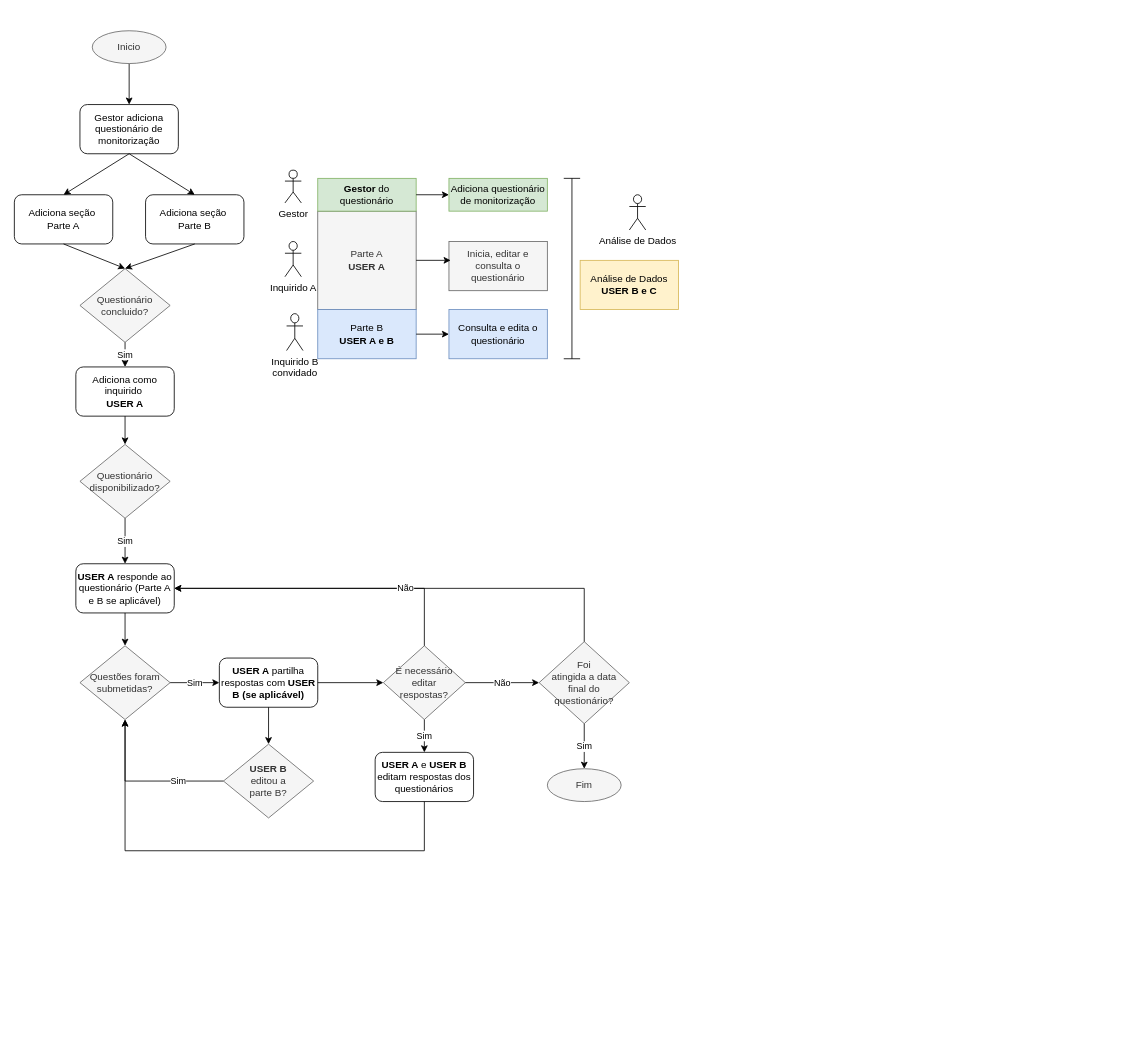
Above: Diagrama sem nome.drawio in eugenianarciso/diagrams_dd (draw.io), before the change. Source tidied: cells renumbered, new cells numbered last; positions are measured from the earlier drawing's top-left corner, leaving out a move shared by most shapes. Both pictures are drawn from the tidied source at 82%, with x=0, y=0 at pixel (14, 30).
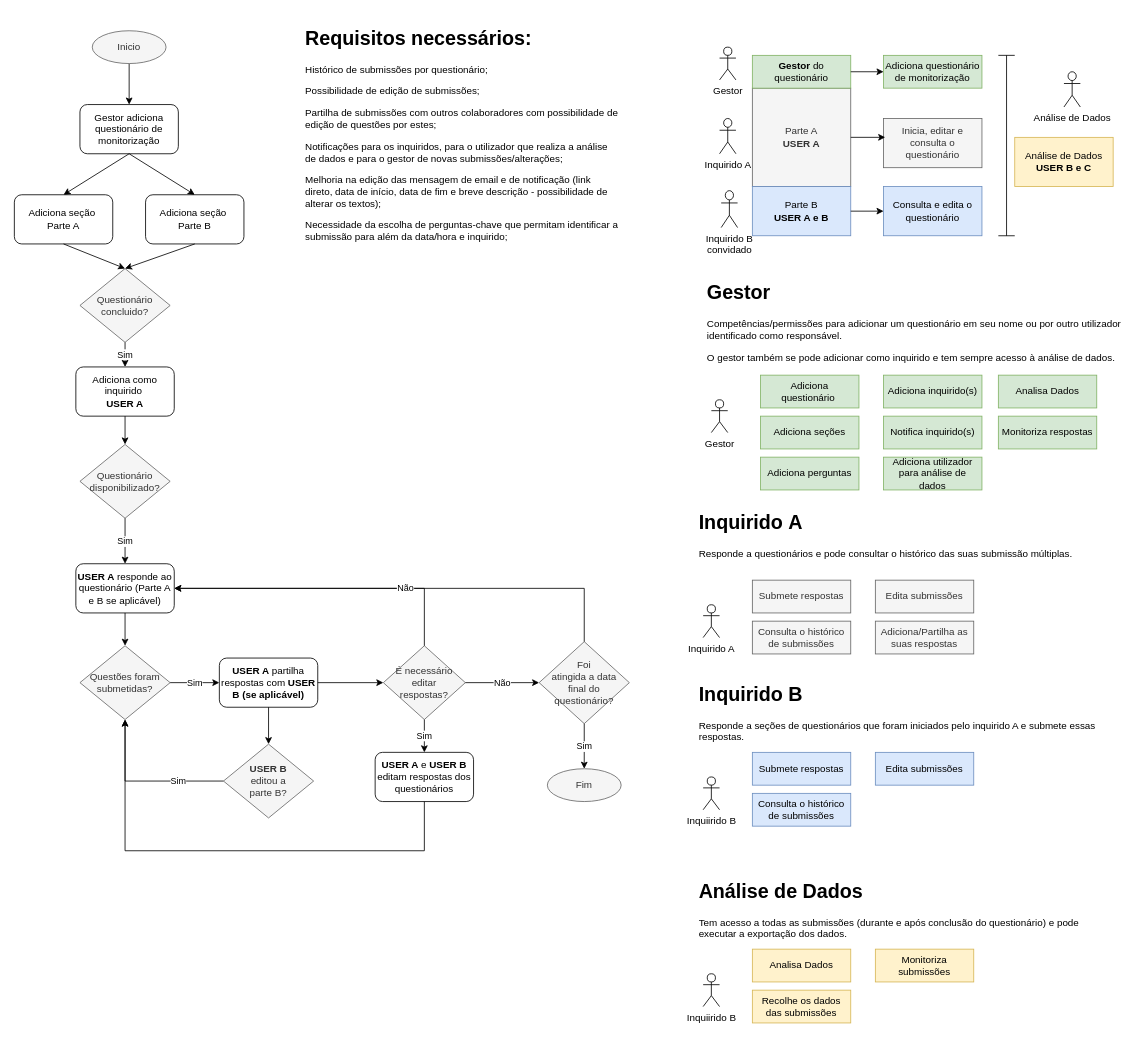
Above is the later version.

Change to the diagram source:
```diff
@@
     <mxCell id="2" value="Parte A&lt;br&gt;&lt;b&gt;USER A&lt;/b&gt;" style="whiteSpace=wrap;html=1;fillColor=#f5f5f5;fontColor=#333333;strokeColor=#666666;" parent="1" vertex="1">
-      <mxGeometry x="370" y="220" width="120" height="120" as="geometry" />
+      <mxGeometry x="900" y="70" width="120" height="120" as="geometry" />
     </mxCell>
     <mxCell id="3" value="Parte B&lt;br&gt;&lt;b&gt;USER A e B&lt;/b&gt;" style="rounded=0;whiteSpace=wrap;html=1;fillColor=#dae8fc;strokeColor=#6c8ebf;" parent="1" vertex="1">
-      <mxGeometry x="370" y="340" width="120" height="60" as="geometry" />
+      <mxGeometry x="900" y="190" width="120" height="60" as="geometry" />
     </mxCell>
     <mxCell id="4" value="Adiciona questionário de monitorização" style="text;html=1;strokeColor=#82b366;fillColor=#d5e8d4;align=center;verticalAlign=middle;whiteSpace=wrap;rounded=0;" parent="1" vertex="1">
-      <mxGeometry x="530" y="180" width="120" height="40" as="geometry" />
+      <mxGeometry x="1060" y="30" width="120" height="40" as="geometry" />
     </mxCell>
     <mxCell id="5" value="Inicia, editar e consulta o questionário" style="rounded=0;whiteSpace=wrap;html=1;fillColor=#f5f5f5;fontColor=#333333;strokeColor=#666666;" parent="1" vertex="1">
-      <mxGeometry x="530" y="257" width="120" height="60" as="geometry" />
+      <mxGeometry x="1060" y="107" width="120" height="60" as="geometry" />
     </mxCell>
@@
     <mxCell id="7" value="Consulta e edita o questionário" style="rounded=0;whiteSpace=wrap;html=1;fillColor=#dae8fc;strokeColor=#6c8ebf;" parent="1" vertex="1">
-      <mxGeometry x="530" y="340" width="120" height="60" as="geometry" />
+      <mxGeometry x="1060" y="190" width="120" height="60" as="geometry" />
     </mxCell>
@@
     <mxCell id="14" style="shape=crossbar;whiteSpace=wrap;html=1;rounded=1;direction=south;fillStyle=dashed;gradientColor=none;" parent="1" vertex="1">
-      <mxGeometry x="670" y="180" width="20" height="220" as="geometry" />
+      <mxGeometry x="1200" y="30" width="20" height="220" as="geometry" />
     </mxCell>
     <mxCell id="15" value="Análise de Dados&lt;br&gt;&lt;b&gt;USER B e C&lt;/b&gt;" style="rounded=0;whiteSpace=wrap;html=1;fillColor=#fff2cc;strokeColor=#d6b656;" parent="1" vertex="1">
-      <mxGeometry x="690" y="280" width="120" height="60" as="geometry" />
+      <mxGeometry x="1220" y="130" width="120" height="60" as="geometry" />
     </mxCell>
@@
     <mxCell id="32" value="&lt;b&gt;Gestor&lt;/b&gt; do questionário" style="text;html=1;strokeColor=#82b366;fillColor=#d5e8d4;align=center;verticalAlign=middle;whiteSpace=wrap;rounded=0;" parent="1" vertex="1">
-      <mxGeometry x="370" y="180" width="120" height="40" as="geometry" />
+      <mxGeometry x="900" y="30" width="120" height="40" as="geometry" />
     </mxCell>
@@
     <mxCell id="34" value="Gestor" style="shape=umlActor;verticalLabelPosition=bottom;verticalAlign=top;html=1;fillStyle=dashed;gradientColor=none;" parent="1" vertex="1">
-      <mxGeometry x="330" y="170" width="20" height="40" as="geometry" />
+      <mxGeometry x="860" y="20" width="20" height="40" as="geometry" />
     </mxCell>
     <mxCell id="35" value="Inquirido A" style="shape=umlActor;verticalLabelPosition=bottom;verticalAlign=top;html=1;fillStyle=dashed;gradientColor=none;" parent="1" vertex="1">
-      <mxGeometry x="330" y="257" width="20" height="43" as="geometry" />
+      <mxGeometry x="860" y="107" width="20" height="43" as="geometry" />
     </mxCell>
     <mxCell id="36" value="Inquirido B&lt;br&gt;convidado" style="shape=umlActor;verticalLabelPosition=bottom;verticalAlign=top;html=1;fillStyle=dashed;gradientColor=none;" parent="1" vertex="1">
-      <mxGeometry x="332" y="345" width="20" height="45" as="geometry" />
+      <mxGeometry x="862" y="195" width="20" height="45" as="geometry" />
     </mxCell>
@@
     <mxCell id="50" value="Análise de Dados" style="shape=umlActor;verticalLabelPosition=bottom;verticalAlign=top;html=1;fillStyle=dashed;gradientColor=none;" parent="1" vertex="1">
-      <mxGeometry x="750" y="200" width="20" height="43" as="geometry" />
+      <mxGeometry x="1280" y="50" width="20" height="43" as="geometry" />
     </mxCell>
+    <mxCell id="51" value="&lt;h1&gt;Requisitos necessários:&amp;nbsp;&lt;/h1&gt;&lt;p&gt;&lt;span style=&quot;background-color: initial;&quot;&gt;Histórico de submissões por questionário;&lt;/span&gt;&lt;br&gt;&lt;/p&gt;&lt;p&gt;Possibilidade de edição de submissões;&lt;/p&gt;&lt;p&gt;Partilha de submissões com outros colaboradores com possibilidade de edição de questões por estes;&lt;/p&gt;&lt;p&gt;Notificações para os inquiridos, para o utilizador que realiza a análise de dados e para o gestor de novas submissões/alterações;&lt;/p&gt;&lt;p&gt;Melhoria na edição das mensagem de email e de notificação (link direto, data de início, data de fim e breve descrição - possibilidade de alterar os textos);&lt;/p&gt;&lt;p&gt;Necessidade da escolha de perguntas-chave que permitam identificar a submissão para além da data/hora e inquirido;&lt;/p&gt;&lt;div&gt;&lt;br&gt;&lt;/div&gt;" style="text;html=1;strokeColor=none;fillColor=none;spacing=5;spacingTop=-20;whiteSpace=wrap;overflow=hidden;rounded=0;fillStyle=auto;" parent="1" vertex="1">
+      <mxGeometry x="350" y="-10" width="390" height="350" as="geometry" />
+    </mxCell>
+    <mxCell id="52" value="&lt;h1&gt;Gestor&lt;/h1&gt;&lt;p&gt;Competências/permissões para adicionar um questionário em seu nome ou por outro utilizador identificado como responsável.&lt;/p&gt;&lt;p&gt;O gestor também se pode adicionar como inquirido e tem sempre acesso à análise de dados.&lt;/p&gt;" style="text;html=1;strokeColor=none;fillColor=none;spacing=5;spacingTop=-20;whiteSpace=wrap;overflow=hidden;rounded=0;fillStyle=auto;" parent="1" vertex="1">
+      <mxGeometry x="840" y="300" width="520" height="120" as="geometry" />
+    </mxCell>
+    <mxCell id="53" value="Gestor" style="shape=umlActor;verticalLabelPosition=bottom;verticalAlign=top;html=1;fillStyle=dashed;gradientColor=none;" parent="1" vertex="1">
+      <mxGeometry x="850" y="450" width="20" height="40" as="geometry" />
+    </mxCell>
+    <mxCell id="54" value="Adiciona questionário&amp;nbsp;" style="text;html=1;strokeColor=#82b366;fillColor=#d5e8d4;align=center;verticalAlign=middle;whiteSpace=wrap;rounded=0;" parent="1" vertex="1">
+      <mxGeometry x="910" y="420" width="120" height="40" as="geometry" />
+    </mxCell>
+    <mxCell id="55" value="Adiciona seções" style="text;html=1;strokeColor=#82b366;fillColor=#d5e8d4;align=center;verticalAlign=middle;whiteSpace=wrap;rounded=0;" parent="1" vertex="1">
+      <mxGeometry x="910" y="470" width="120" height="40" as="geometry" />
+    </mxCell>
+    <mxCell id="56" value="Adiciona perguntas" style="text;html=1;strokeColor=#82b366;fillColor=#d5e8d4;align=center;verticalAlign=middle;whiteSpace=wrap;rounded=0;" parent="1" vertex="1">
+      <mxGeometry x="910" y="520" width="120" height="40" as="geometry" />
+    </mxCell>
+    <mxCell id="57" value="Adiciona inquirido(s)" style="text;html=1;strokeColor=#82b366;fillColor=#d5e8d4;align=center;verticalAlign=middle;whiteSpace=wrap;rounded=0;" parent="1" vertex="1">
+      <mxGeometry x="1060" y="420" width="120" height="40" as="geometry" />
+    </mxCell>
+    <mxCell id="58" value="Notifica inquirido(s)" style="text;html=1;strokeColor=#82b366;fillColor=#d5e8d4;align=center;verticalAlign=middle;whiteSpace=wrap;rounded=0;" parent="1" vertex="1">
+      <mxGeometry x="1060" y="470" width="120" height="40" as="geometry" />
+    </mxCell>
+    <mxCell id="59" value="Adiciona utilizador para análise de dados" style="text;html=1;strokeColor=#82b366;fillColor=#d5e8d4;align=center;verticalAlign=middle;whiteSpace=wrap;rounded=0;" parent="1" vertex="1">
+      <mxGeometry x="1060" y="520" width="120" height="40" as="geometry" />
+    </mxCell>
+    <mxCell id="60" value="&lt;h1&gt;Inquirido&amp;nbsp;A&lt;/h1&gt;&lt;p&gt;Responde a questionários e pode consultar o histórico das suas submissão múltiplas.&lt;/p&gt;" style="text;html=1;strokeColor=none;fillColor=none;spacing=5;spacingTop=-20;whiteSpace=wrap;overflow=hidden;rounded=0;fillStyle=auto;" parent="1" vertex="1">
+      <mxGeometry x="830" y="580" width="520" height="120" as="geometry" />
+    </mxCell>
+    <mxCell id="61" value="Inquirido A" style="shape=umlActor;verticalLabelPosition=bottom;verticalAlign=top;html=1;fillStyle=dashed;gradientColor=none;" parent="1" vertex="1">
+      <mxGeometry x="840" y="700" width="20" height="40" as="geometry" />
+    </mxCell>
+    <mxCell id="62" value="Submete respostas" style="text;html=1;strokeColor=#666666;fillColor=#f5f5f5;align=center;verticalAlign=middle;whiteSpace=wrap;rounded=0;fontColor=#333333;" parent="1" vertex="1">
+      <mxGeometry x="900" y="670" width="120" height="40" as="geometry" />
+    </mxCell>
+    <mxCell id="63" value="Consulta o histórico de submissões" style="text;html=1;strokeColor=#666666;fillColor=#f5f5f5;align=center;verticalAlign=middle;whiteSpace=wrap;rounded=0;fontColor=#333333;" parent="1" vertex="1">
+      <mxGeometry x="900" y="720" width="120" height="40" as="geometry" />
+    </mxCell>
+    <mxCell id="64" value="Adiciona/Partilha as suas respostas" style="text;html=1;strokeColor=#666666;fillColor=#f5f5f5;align=center;verticalAlign=middle;whiteSpace=wrap;rounded=0;fontColor=#333333;" parent="1" vertex="1">
+      <mxGeometry x="1050" y="720" width="120" height="40" as="geometry" />
+    </mxCell>
+    <mxCell id="65" value="Edita submissões" style="text;html=1;strokeColor=#666666;fillColor=#f5f5f5;align=center;verticalAlign=middle;whiteSpace=wrap;rounded=0;fontColor=#333333;" parent="1" vertex="1">
+      <mxGeometry x="1050" y="670" width="120" height="40" as="geometry" />
+    </mxCell>
+    <mxCell id="66" value="&lt;h1&gt;Inquirido B&lt;/h1&gt;&lt;p&gt;Responde a seções de questionários que foram iniciados pelo inquirido A e submete essas respostas.&amp;nbsp;&lt;/p&gt;" style="text;html=1;strokeColor=none;fillColor=none;spacing=5;spacingTop=-20;whiteSpace=wrap;overflow=hidden;rounded=0;fillStyle=auto;" parent="1" vertex="1">
+      <mxGeometry x="830" y="790" width="520" height="120" as="geometry" />
+    </mxCell>
+    <mxCell id="67" value="Inquiirido B" style="shape=umlActor;verticalLabelPosition=bottom;verticalAlign=top;html=1;fillStyle=dashed;gradientColor=none;" parent="1" vertex="1">
+      <mxGeometry x="840" y="910" width="20" height="40" as="geometry" />
+    </mxCell>
+    <mxCell id="68" value="Submete respostas" style="text;html=1;strokeColor=#6c8ebf;fillColor=#dae8fc;align=center;verticalAlign=middle;whiteSpace=wrap;rounded=0;" parent="1" vertex="1">
+      <mxGeometry x="900" y="880" width="120" height="40" as="geometry" />
+    </mxCell>
+    <mxCell id="69" value="Consulta o histórico de submissões" style="text;html=1;strokeColor=#6c8ebf;fillColor=#dae8fc;align=center;verticalAlign=middle;whiteSpace=wrap;rounded=0;" parent="1" vertex="1">
+      <mxGeometry x="900" y="930" width="120" height="40" as="geometry" />
+    </mxCell>
+    <mxCell id="70" value="Edita submissões" style="text;html=1;strokeColor=#6c8ebf;fillColor=#dae8fc;align=center;verticalAlign=middle;whiteSpace=wrap;rounded=0;" parent="1" vertex="1">
+      <mxGeometry x="1050" y="880" width="120" height="40" as="geometry" />
+    </mxCell>
+    <mxCell id="71" value="Analisa Dados" style="text;html=1;strokeColor=#82b366;fillColor=#d5e8d4;align=center;verticalAlign=middle;whiteSpace=wrap;rounded=0;" parent="1" vertex="1">
+      <mxGeometry x="1200" y="420" width="120" height="40" as="geometry" />
+    </mxCell>
+    <mxCell id="72" value="Monitoriza respostas" style="text;html=1;strokeColor=#82b366;fillColor=#d5e8d4;align=center;verticalAlign=middle;whiteSpace=wrap;rounded=0;" parent="1" vertex="1">
+      <mxGeometry x="1200" y="470" width="120" height="40" as="geometry" />
+    </mxCell>
+    <mxCell id="73" value="&lt;h1&gt;Análise de Dados&lt;/h1&gt;&lt;p&gt;Tem acesso a todas as submissões (durante e após conclusão do questionário) e pode executar a exportação dos dados.&lt;/p&gt;" style="text;html=1;strokeColor=none;fillColor=none;spacing=5;spacingTop=-20;whiteSpace=wrap;overflow=hidden;rounded=0;fillStyle=auto;" parent="1" vertex="1">
+      <mxGeometry x="830" y="1030" width="520" height="120" as="geometry" />
+    </mxCell>
+    <mxCell id="74" value="Inquiirido B" style="shape=umlActor;verticalLabelPosition=bottom;verticalAlign=top;html=1;fillStyle=dashed;gradientColor=none;" parent="1" vertex="1">
+      <mxGeometry x="840" y="1150" width="20" height="40" as="geometry" />
+    </mxCell>
+    <mxCell id="75" value="Analisa Dados" style="text;html=1;strokeColor=#d6b656;fillColor=#fff2cc;align=center;verticalAlign=middle;whiteSpace=wrap;rounded=0;" parent="1" vertex="1">
+      <mxGeometry x="900" y="1120" width="120" height="40" as="geometry" />
+    </mxCell>
+    <mxCell id="76" value="Recolhe os dados das submissões" style="text;html=1;strokeColor=#d6b656;fillColor=#fff2cc;align=center;verticalAlign=middle;whiteSpace=wrap;rounded=0;" parent="1" vertex="1">
+      <mxGeometry x="900" y="1170" width="120" height="40" as="geometry" />
+    </mxCell>
+    <mxCell id="77" value="Monitoriza submissões" style="text;html=1;strokeColor=#d6b656;fillColor=#fff2cc;align=center;verticalAlign=middle;whiteSpace=wrap;rounded=0;" parent="1" vertex="1">
+      <mxGeometry x="1050" y="1120" width="120" height="40" as="geometry" />
+    </mxCell>
```
